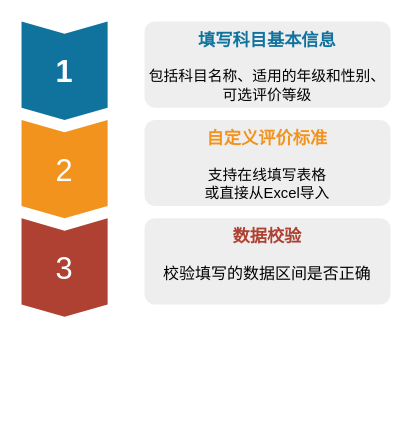
Before: docs/imgs/新增科目.drawio in rufeng-h/healthman, a draw.io diagram. Source tidied: cells renumbered, new cells numbered last; positions are measured from the earlier drawing's top-left corner, leaving out a move shared by most shapes. Both pictures are drawn from the tidied source at 123%, with x=0, y=0 at pixel (21, 21).
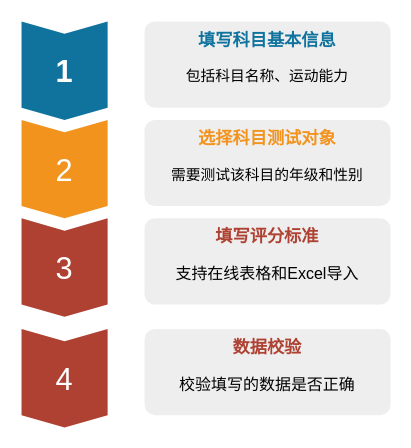
The same page after the edit.

Diff of the diagram source:
```diff
@@
 <mxGraphModel>
   <root>
     <mxCell id="0" />
     <mxCell id="1" parent="0" />
     <mxCell id="2" value="&lt;font style=&quot;font-size: 25px&quot; color=&quot;#ffffff&quot;&gt;&lt;b&gt;1&lt;/b&gt;&lt;/font&gt;" style="shape=step;perimeter=stepPerimeter;whiteSpace=wrap;html=1;fixedSize=1;size=10;direction=south;fillColor=#10739E;strokeColor=none;rounded=0;" parent="1" vertex="1">
       <mxGeometry width="70" height="80" as="geometry" />
     </mxCell>
     <mxCell id="3" value="&lt;font style=&quot;font-size: 25px&quot; color=&quot;#ffffff&quot;&gt;2&lt;/font&gt;" style="shape=step;perimeter=stepPerimeter;whiteSpace=wrap;html=1;fixedSize=1;size=10;direction=south;fillColor=#F2931E;strokeColor=none;rounded=0;" parent="1" vertex="1">
       <mxGeometry y="80" width="70" height="80" as="geometry" />
     </mxCell>
     <mxCell id="4" value="&lt;span style=&quot;font-size: 25px ; background-color: rgb(174 , 65 , 50)&quot;&gt;&lt;font color=&quot;#ffffff&quot;&gt;3&lt;/font&gt;&lt;/span&gt;" style="shape=step;perimeter=stepPerimeter;whiteSpace=wrap;html=1;fixedSize=1;size=10;direction=south;fillColor=#AE4132;strokeColor=none;rounded=0;" parent="1" vertex="1">
       <mxGeometry y="160" width="70" height="80" as="geometry" />
     </mxCell>
-    <mxCell id="5" value="&lt;font&gt;&lt;font color=&quot;#10739e&quot; size=&quot;1&quot;&gt;&lt;b style=&quot;font-size: 14px&quot;&gt;填写科目基本信息&lt;/b&gt;&lt;/font&gt;&lt;br&gt;&lt;br&gt;包括科目名称、适用的年级和性别、可选评价等级&lt;br&gt;&lt;/font&gt;" style="rounded=1;strokeColor=none;fillColor=#EEEEEE;align=center;arcSize=12;verticalAlign=top;whiteSpace=wrap;html=1;fontSize=12;" parent="1" vertex="1">
+    <mxCell id="5" value="&lt;font&gt;&lt;font color=&quot;#10739e&quot; size=&quot;1&quot;&gt;&lt;b style=&quot;font-size: 14px&quot;&gt;填写科目基本信息&lt;/b&gt;&lt;/font&gt;&lt;br&gt;&lt;br&gt;包括科目名称、运动能力&lt;br&gt;&lt;/font&gt;" style="rounded=1;strokeColor=none;fillColor=#EEEEEE;align=center;arcSize=12;verticalAlign=top;whiteSpace=wrap;html=1;fontSize=12;" parent="1" vertex="1">
       <mxGeometry x="100" width="200" height="70" as="geometry" />
     </mxCell>
-    <mxCell id="6" value="&lt;font&gt;&lt;font color=&quot;#f2931e&quot; size=&quot;1&quot;&gt;&lt;b style=&quot;font-size: 14px&quot;&gt;自定义评价标准&lt;/b&gt;&lt;/font&gt;&lt;br&gt;&lt;br&gt;&lt;font style=&quot;font-size: 12px&quot;&gt;支持在线填写表格&lt;br&gt;或直接从Excel导入&lt;/font&gt;&lt;br&gt;&lt;/font&gt;" style="rounded=1;strokeColor=none;fillColor=#EEEEEE;align=center;arcSize=12;verticalAlign=top;whiteSpace=wrap;html=1;fontSize=12;" parent="1" vertex="1">
+    <mxCell id="6" value="&lt;font&gt;&lt;font color=&quot;#f2931e&quot;&gt;&lt;span style=&quot;font-size: 14px&quot;&gt;&lt;b&gt;选择科目测试对象&lt;/b&gt;&lt;/span&gt;&lt;/font&gt;&lt;br&gt;&lt;br&gt;需要测试该科目的年级和性别&lt;br&gt;&lt;/font&gt;" style="rounded=1;strokeColor=none;fillColor=#EEEEEE;align=center;arcSize=12;verticalAlign=top;whiteSpace=wrap;html=1;fontSize=12;" parent="1" vertex="1">
       <mxGeometry x="100" y="80" width="200" height="70" as="geometry" />
     </mxCell>
-    <mxCell id="7" value="&lt;font&gt;&lt;font color=&quot;#ae4132&quot; size=&quot;1&quot;&gt;&lt;b style=&quot;font-size: 14px&quot;&gt;数据校验&lt;/b&gt;&lt;/font&gt;&lt;br&gt;&lt;br&gt;&lt;font style=&quot;font-size: 13px&quot;&gt;校验填写的数据区间是否正确&lt;/font&gt;&lt;br&gt;&lt;/font&gt;" style="rounded=1;strokeColor=none;fillColor=#EEEEEE;align=center;arcSize=12;verticalAlign=top;whiteSpace=wrap;html=1;fontSize=12;" parent="1" vertex="1">
+    <mxCell id="7" value="&lt;font&gt;&lt;font color=&quot;#ae4132&quot;&gt;&lt;span style=&quot;font-size: 14px&quot;&gt;&lt;b&gt;填写评分标准&lt;/b&gt;&lt;/span&gt;&lt;/font&gt;&lt;br&gt;&lt;br&gt;&lt;span style=&quot;font-size: 13px&quot;&gt;支持在线表格和Excel导入&lt;/span&gt;&lt;br&gt;&lt;/font&gt;" style="rounded=1;strokeColor=none;fillColor=#EEEEEE;align=center;arcSize=12;verticalAlign=top;whiteSpace=wrap;html=1;fontSize=12;" parent="1" vertex="1">
       <mxGeometry x="100" y="160" width="200" height="70" as="geometry" />
     </mxCell>
+    <mxCell id="8" value="&lt;span style=&quot;font-size: 25px ; background-color: rgb(174 , 65 , 50)&quot;&gt;&lt;font color=&quot;#ffffff&quot;&gt;4&lt;/font&gt;&lt;/span&gt;" style="shape=step;perimeter=stepPerimeter;whiteSpace=wrap;html=1;fixedSize=1;size=10;direction=south;fillColor=#AE4132;strokeColor=none;rounded=0;" parent="1" vertex="1">
+      <mxGeometry y="250" width="70" height="80" as="geometry" />
+    </mxCell>
+    <mxCell id="9" value="&lt;font&gt;&lt;font color=&quot;#ae4132&quot; size=&quot;1&quot;&gt;&lt;b style=&quot;font-size: 14px&quot;&gt;数据校验&lt;/b&gt;&lt;/font&gt;&lt;br&gt;&lt;br&gt;&lt;font style=&quot;font-size: 13px&quot;&gt;校验填写的数据是否正确&lt;/font&gt;&lt;br&gt;&lt;/font&gt;" style="rounded=1;strokeColor=none;fillColor=#EEEEEE;align=center;arcSize=12;verticalAlign=top;whiteSpace=wrap;html=1;fontSize=12;" parent="1" vertex="1">
+      <mxGeometry x="100" y="250" width="200" height="70" as="geometry" />
+    </mxCell>
   </root>
 </mxGraphModel>
```
